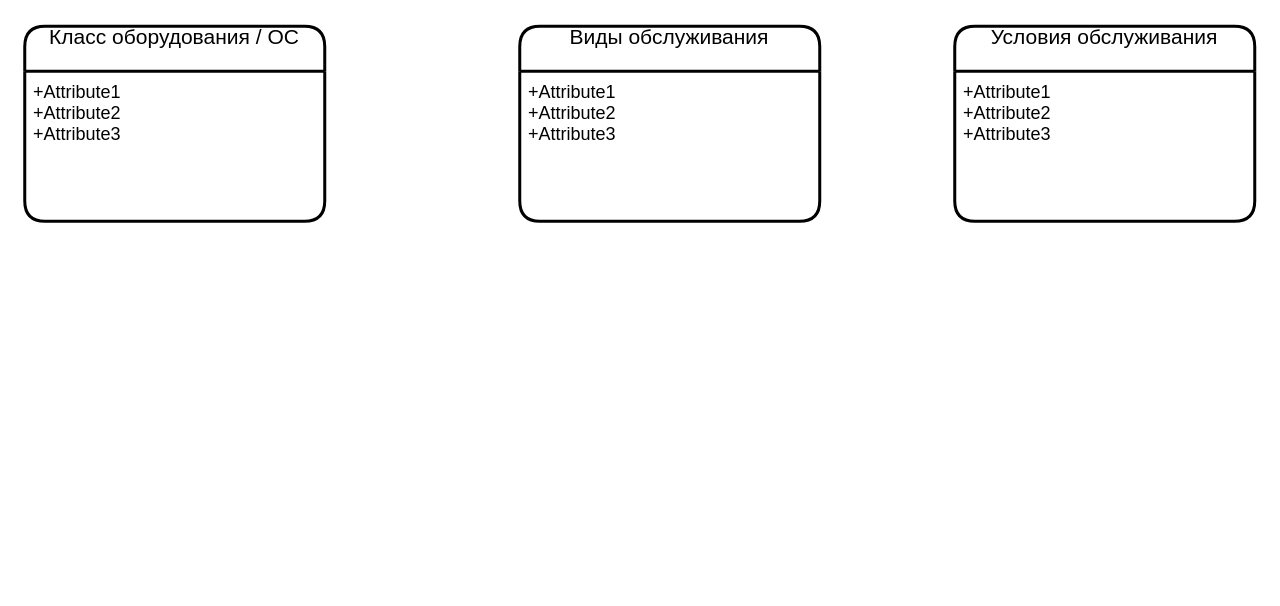
Earlier version of the draw.io diagram Maintenance.drawio (tvolodi/abitech). Source tidied: cells renumbered, new cells numbered last; positions are measured from the earlier drawing's top-left corner, leaving out a move shared by most shapes. Both pictures are drawn from the tidied source at 150%, with x=0, y=0 at pixel (24, 26).
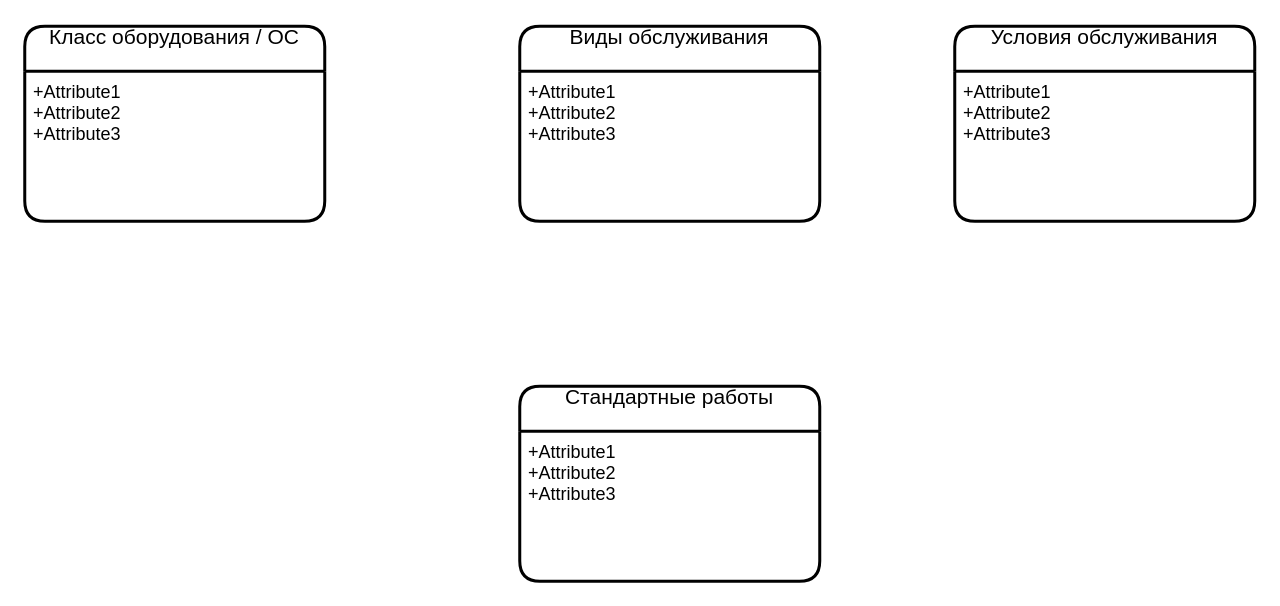
After the change.

The edit, as a diff of the source:
```diff
@@
 <mxGraphModel>
   <root>
     <mxCell id="0" />
     <mxCell id="1" parent="0" />
     <mxCell id="2" value="Класс оборудования / ОС&#10;" style="swimlane;horizontal=1;startSize=30;rounded=1;fontSize=14;fontStyle=0;strokeWidth=2;shadow=0;dashed=0;align=center;" parent="1" vertex="1">
       <mxGeometry width="200" height="130" as="geometry" />
     </mxCell>
     <mxCell id="3" value="+Attribute1&#10;+Attribute2&#10;+Attribute3" style="align=left;strokeColor=none;fillColor=none;spacingLeft=4;fontSize=12;verticalAlign=top;" parent="2" vertex="1">
       <mxGeometry y="30" width="200" height="100" as="geometry" />
     </mxCell>
     <mxCell id="4" value="Виды обслуживания&#10;" style="swimlane;horizontal=1;startSize=30;rounded=1;fontSize=14;fontStyle=0;strokeWidth=2;shadow=0;dashed=0;align=center;" parent="1" vertex="1">
       <mxGeometry x="330" width="200" height="130" as="geometry" />
     </mxCell>
     <mxCell id="5" value="+Attribute1&#10;+Attribute2&#10;+Attribute3" style="align=left;strokeColor=none;fillColor=none;spacingLeft=4;fontSize=12;verticalAlign=top;" parent="4" vertex="1">
       <mxGeometry y="30" width="200" height="100" as="geometry" />
     </mxCell>
     <mxCell id="6" value="Условия обслуживания&#10;" style="swimlane;horizontal=1;startSize=30;rounded=1;fontSize=14;fontStyle=0;strokeWidth=2;shadow=0;dashed=0;align=center;" parent="1" vertex="1">
       <mxGeometry x="620" width="200" height="130" as="geometry" />
     </mxCell>
     <mxCell id="7" value="+Attribute1&#10;+Attribute2&#10;+Attribute3" style="align=left;strokeColor=none;fillColor=none;spacingLeft=4;fontSize=12;verticalAlign=top;" parent="6" vertex="1">
       <mxGeometry y="30" width="200" height="100" as="geometry" />
     </mxCell>
+    <mxCell id="8" value="Стандартные работы&#10;" style="swimlane;horizontal=1;startSize=30;rounded=1;fontSize=14;fontStyle=0;strokeWidth=2;shadow=0;dashed=0;align=center;" parent="1" vertex="1">
+      <mxGeometry x="330" y="240" width="200" height="130" as="geometry" />
+    </mxCell>
+    <mxCell id="9" value="+Attribute1&#10;+Attribute2&#10;+Attribute3" style="align=left;strokeColor=none;fillColor=none;spacingLeft=4;fontSize=12;verticalAlign=top;" parent="8" vertex="1">
+      <mxGeometry y="30" width="200" height="100" as="geometry" />
+    </mxCell>
   </root>
 </mxGraphModel>
```
